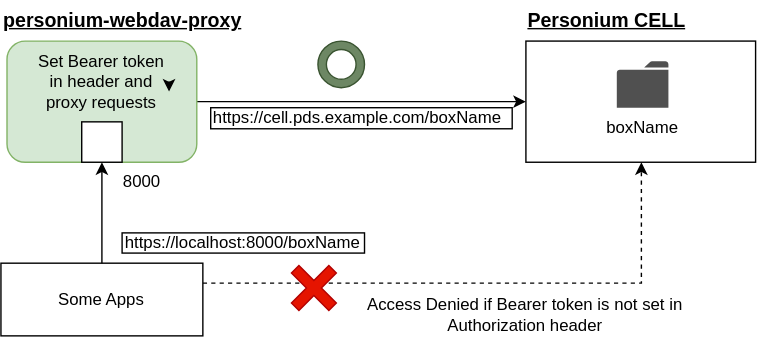
This is img/how_it_works.drawio.svg from yoh1496/personium-webdav-proxy, a draw.io export, as it was before one commit. Source tidied: cells renumbered, new cells last; positions are measured from the earlier drawing's top-left corner, leaving out a move shared by most shapes.
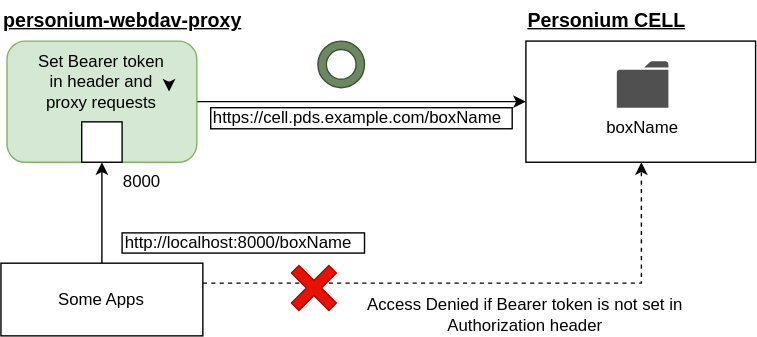
After the change.

What changed in the source:
```diff
@@ -58,7 +58,7 @@
     <mxCell id="18" value="Set Bearer token in header and proxy requests&amp;nbsp;" style="text;html=1;strokeColor=none;fillColor=none;align=center;verticalAlign=middle;whiteSpace=wrap;rounded=0;fontSize=12;" parent="1" vertex="1">
       <mxGeometry x="24.2" y="43.3" width="96" height="28.9" as="geometry" />
     </mxCell>
-    <mxCell id="19" value="https://localhost:8000/boxName" style="rounded=0;whiteSpace=wrap;html=1;fontSize=12;align=left;" parent="1" vertex="1">
+    <mxCell id="19" value="http://localhost:8000/boxName" style="rounded=0;whiteSpace=wrap;html=1;fontSize=12;align=left;" parent="1" vertex="1">
       <mxGeometry x="86.6" y="166.1" width="173.4" height="14.4" as="geometry" />
     </mxCell>
     <mxCell id="20" style="edgeStyle=orthogonalEdgeStyle;rounded=0;orthogonalLoop=1;jettySize=auto;html=1;exitX=1;exitY=0.5;exitDx=0;exitDy=0;entryX=1;entryY=0.75;entryDx=0;entryDy=0;fontSize=14;" parent="1" edge="1" source="18" target="18">
```
